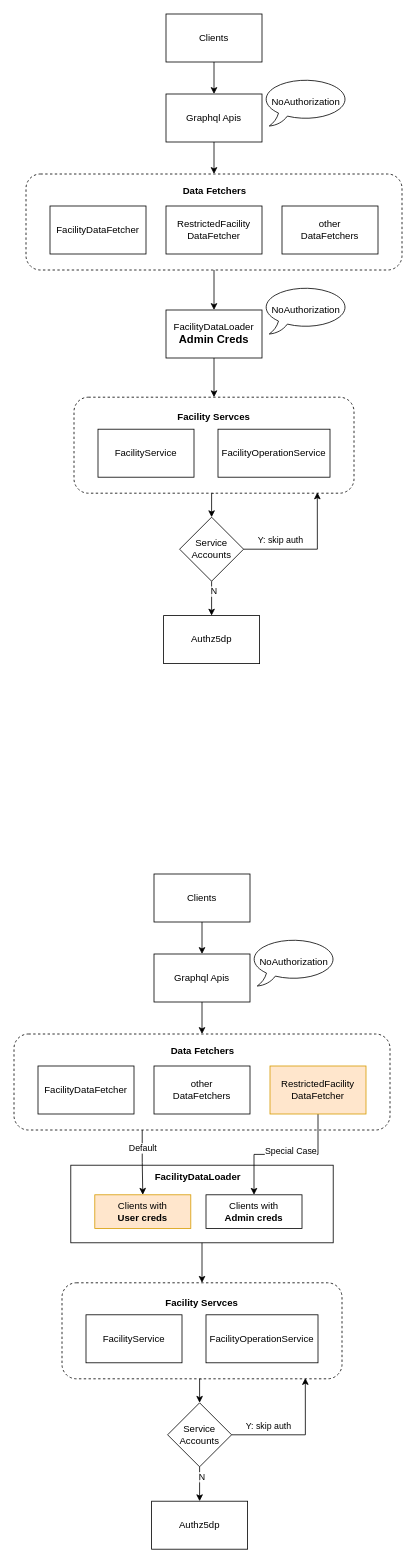
The draw.io diagram Enable Facility Auth.drawio in evagle/awesome, before the edit. Source tidied: cells renumbered, new cells numbered last; positions are measured from the earlier drawing's top-left corner, leaving out a move shared by most shapes. Both pictures are drawn from the tidied source at 80%, with x=0, y=0 at pixel (14, 14).
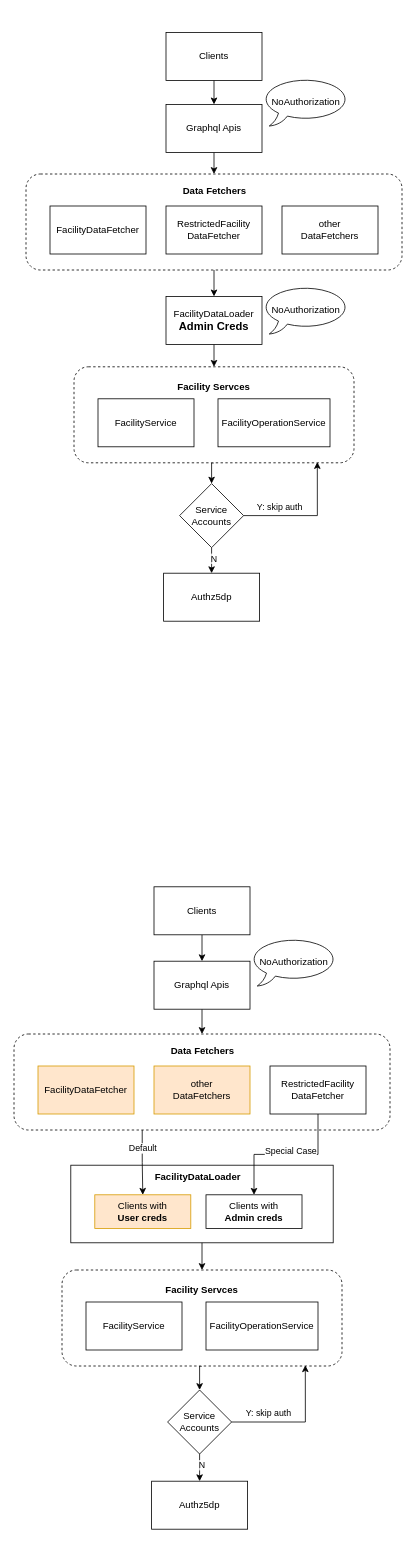
The same page after the edit.

The edit, as a diff of the source:
```diff
@@
     <mxCell id="4" style="rounded=1;whiteSpace=wrap;html=1;dashed=1;" parent="1" vertex="1">
-      <mxGeometry x="75" y="479" width="350" height="120" as="geometry" />
+      <mxGeometry x="75" y="441" width="350" height="120" as="geometry" />
     </mxCell>
@@
     <mxCell id="8" value="Graphql Apis" style="rounded=0;whiteSpace=wrap;html=1;" parent="1" vertex="1">
-      <mxGeometry x="190" y="100" width="120" height="60" as="geometry" />
+      <mxGeometry x="190" y="113" width="120" height="60" as="geometry" />
     </mxCell>
@@
     <mxCell id="10" value="FacilityDataLoader&lt;div&gt;&lt;b&gt;&lt;font style=&quot;font-size: 14px;&quot;&gt;Admin Creds&lt;/font&gt;&lt;/b&gt;&lt;/div&gt;" style="rounded=0;whiteSpace=wrap;html=1;" parent="1" vertex="1">
-      <mxGeometry x="190" y="370" width="120" height="60" as="geometry" />
+      <mxGeometry x="190" y="353" width="120" height="60" as="geometry" />
     </mxCell>
@@
     <mxCell id="15" value="FacilityService" style="rounded=0;whiteSpace=wrap;html=1;" parent="1" vertex="1">
-      <mxGeometry x="105" y="519" width="120" height="60" as="geometry" />
+      <mxGeometry x="105" y="481" width="120" height="60" as="geometry" />
     </mxCell>
     <mxCell id="16" value="FacilityOperationService" style="rounded=0;whiteSpace=wrap;html=1;" parent="1" vertex="1">
-      <mxGeometry x="255" y="519" width="140" height="60" as="geometry" />
+      <mxGeometry x="255" y="481" width="140" height="60" as="geometry" />
     </mxCell>
@@
     <mxCell id="20" value="Clients" style="rounded=0;whiteSpace=wrap;html=1;" parent="1" vertex="1">
-      <mxGeometry x="190" width="120" height="60" as="geometry" />
+      <mxGeometry x="190" y="23" width="120" height="60" as="geometry" />
     </mxCell>
     <mxCell id="21" value="&lt;b&gt;Facility Servces&lt;/b&gt;" style="text;html=1;align=center;verticalAlign=middle;whiteSpace=wrap;rounded=0;" parent="1" vertex="1">
-      <mxGeometry x="195" y="489" width="110" height="30" as="geometry" />
+      <mxGeometry x="195" y="451" width="110" height="30" as="geometry" />
     </mxCell>
@@
     <mxCell id="24" value="Service&lt;br&gt;Accounts" style="rhombus;whiteSpace=wrap;html=1;" parent="1" vertex="1">
-      <mxGeometry x="207" y="629" width="80" height="80" as="geometry" />
+      <mxGeometry x="207" y="587" width="80" height="80" as="geometry" />
     </mxCell>
     <mxCell id="25" value="Authz5dp" style="whiteSpace=wrap;html=1;" parent="1" vertex="1">
-      <mxGeometry x="187" y="752" width="120" height="60" as="geometry" />
+      <mxGeometry x="187" y="699" width="120" height="60" as="geometry" />
     </mxCell>
@@
     <mxCell id="29" style="rounded=1;whiteSpace=wrap;html=1;dashed=1;" parent="1" vertex="1">
-      <mxGeometry x="60" y="1586" width="350" height="120" as="geometry" />
+      <mxGeometry x="60" y="1570" width="350" height="120" as="geometry" />
     </mxCell>
@@
     <mxCell id="33" value="Graphql Apis" style="rounded=0;whiteSpace=wrap;html=1;" parent="1" vertex="1">
-      <mxGeometry x="175" y="1175" width="120" height="60" as="geometry" />
+      <mxGeometry x="175" y="1184" width="120" height="60" as="geometry" />
     </mxCell>
@@
-    <mxCell id="35" value="FacilityDataFetcher" style="rounded=0;whiteSpace=wrap;html=1;" parent="1" vertex="1">
+    <mxCell id="35" value="FacilityDataFetcher" style="rounded=0;whiteSpace=wrap;html=1;fillColor=#ffe6cc;strokeColor=#d79b00;" parent="1" vertex="1">
       <mxGeometry x="30" y="1315" width="120" height="60" as="geometry" />
     </mxCell>
@@
-    <mxCell id="38" value="RestrictedFacility&lt;br&gt;DataFetcher" style="rounded=0;whiteSpace=wrap;html=1;fillColor=#ffe6cc;strokeColor=#d79b00;" parent="1" vertex="1">
+    <mxCell id="38" value="RestrictedFacility&lt;br&gt;DataFetcher" style="rounded=0;whiteSpace=wrap;html=1;" parent="1" vertex="1">
       <mxGeometry x="320" y="1315" width="120" height="60" as="geometry" />
     </mxCell>
-    <mxCell id="39" value="other&lt;br&gt;DataFetchers" style="rounded=0;whiteSpace=wrap;html=1;" parent="1" vertex="1">
+    <mxCell id="39" value="other&lt;br&gt;DataFetchers" style="rounded=0;whiteSpace=wrap;html=1;fillColor=#ffe6cc;strokeColor=#d79b00;" parent="1" vertex="1">
       <mxGeometry x="175" y="1315" width="120" height="60" as="geometry" />
     </mxCell>
@@
     <mxCell id="41" value="FacilityService" style="rounded=0;whiteSpace=wrap;html=1;" parent="1" vertex="1">
-      <mxGeometry x="90" y="1626" width="120" height="60" as="geometry" />
+      <mxGeometry x="90" y="1610" width="120" height="60" as="geometry" />
     </mxCell>
     <mxCell id="42" value="FacilityOperationService" style="rounded=0;whiteSpace=wrap;html=1;" parent="1" vertex="1">
-      <mxGeometry x="240" y="1626" width="140" height="60" as="geometry" />
+      <mxGeometry x="240" y="1610" width="140" height="60" as="geometry" />
     </mxCell>
@@
     <mxCell id="45" value="Clients" style="rounded=0;whiteSpace=wrap;html=1;" parent="1" vertex="1">
-      <mxGeometry x="175" y="1075" width="120" height="60" as="geometry" />
+      <mxGeometry x="175" y="1091" width="120" height="60" as="geometry" />
     </mxCell>
     <mxCell id="46" value="&lt;b&gt;Facility Servces&lt;/b&gt;" style="text;html=1;align=center;verticalAlign=middle;whiteSpace=wrap;rounded=0;" parent="1" vertex="1">
-      <mxGeometry x="180" y="1596" width="110" height="30" as="geometry" />
+      <mxGeometry x="180" y="1580" width="110" height="30" as="geometry" />
     </mxCell>
@@
     <mxCell id="49" value="Service&lt;br&gt;Accounts" style="rhombus;whiteSpace=wrap;html=1;" parent="1" vertex="1">
-      <mxGeometry x="192" y="1736" width="80" height="80" as="geometry" />
+      <mxGeometry x="192" y="1720" width="80" height="80" as="geometry" />
     </mxCell>
     <mxCell id="50" value="Authz5dp" style="whiteSpace=wrap;html=1;" parent="1" vertex="1">
-      <mxGeometry x="172" y="1859" width="120" height="60" as="geometry" />
+      <mxGeometry x="172" y="1834" width="120" height="60" as="geometry" />
     </mxCell>
```
